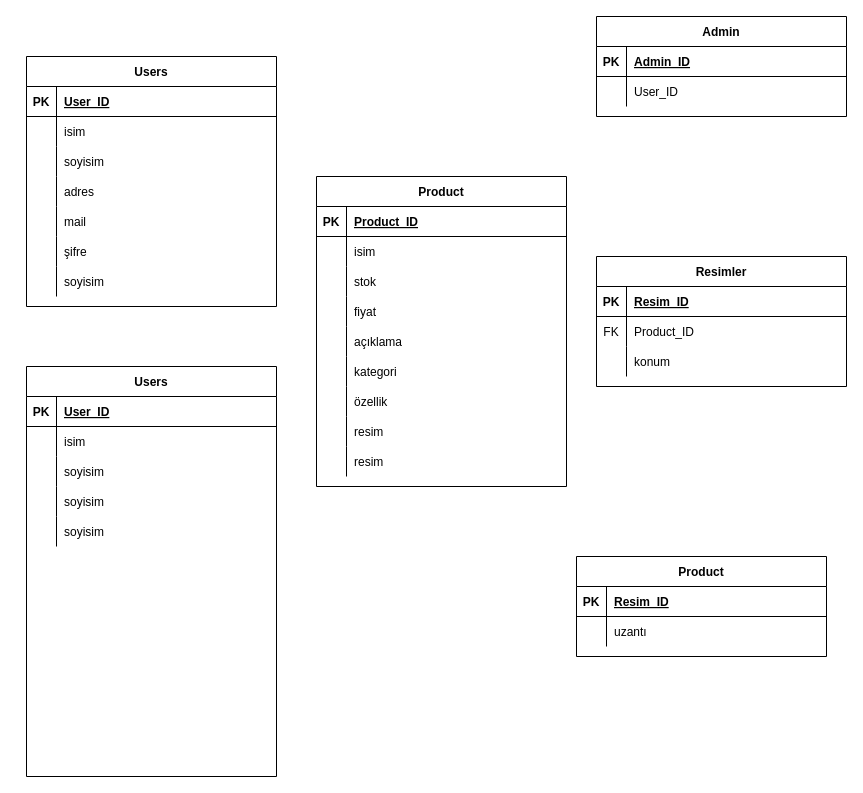
gitsametcan/byco keeps this draw.io diagram as byco.drawio. Above is the earlier version. Source tidied: cells renumbered, new cells numbered last; positions are measured from the earlier drawing's top-left corner, leaving out a move shared by most shapes. Both pictures are drawn from the tidied source at 100%, with x=0, y=0 at pixel (26, 16).
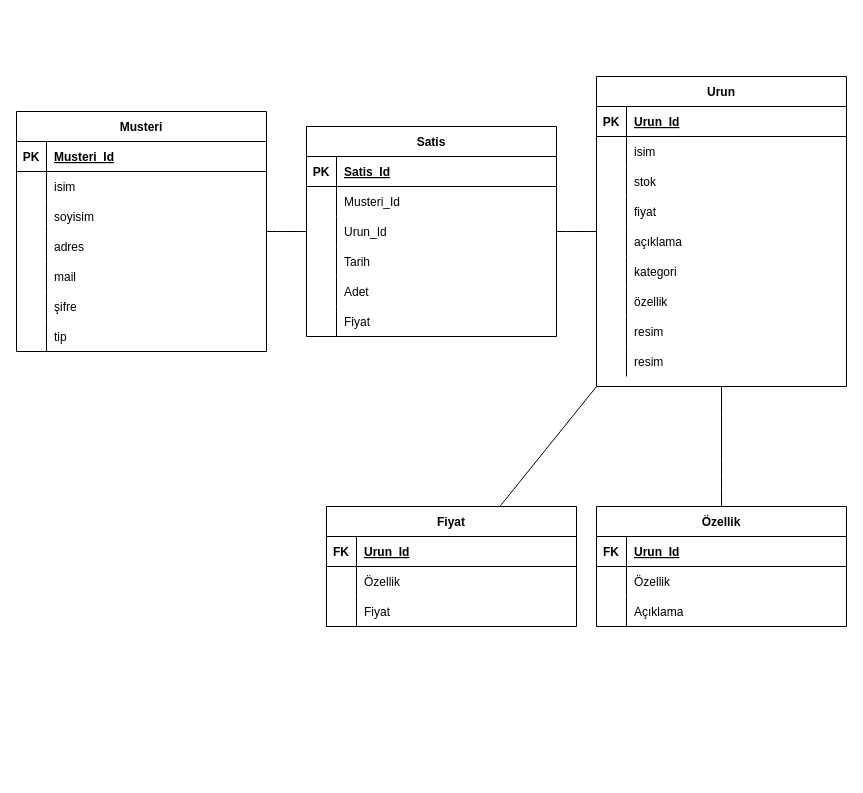
Above is the later version.

Commit message:
Database plan

Unchanged cells that the change refers to:
```xml
<mxCell id="3" style="shape=partialRectangle;fillColor=none;top=0;left=0;right=0;bottom=1;" parent="2" vertex="1">
  <mxGeometry y="30" width="250" height="30" as="geometry" />
</mxCell>
<mxCell id="21" style="shape=partialRectangle;fillColor=none;top=0;left=0;right=0;bottom=0;" parent="2" vertex="1">
  <mxGeometry y="210" width="250" height="30" as="geometry" />
</mxCell>
<mxCell id="25" style="shape=partialRectangle;fillColor=none;top=0;left=0;right=0;bottom=1;" parent="24" vertex="1">
  <mxGeometry y="30" width="250" height="30" as="geometry" />
</mxCell>
<mxCell id="60" style="shape=partialRectangle;fillColor=none;top=0;left=0;right=0;bottom=1;" parent="59" vertex="1">
  <mxGeometry y="30" width="250" height="30" as="geometry" />
</mxCell>
<mxCell id="63" style="shape=partialRectangle;fillColor=none;top=0;left=0;right=0;bottom=0;" parent="59" vertex="1">
  <mxGeometry y="60" width="250" height="30" as="geometry" />
</mxCell>
<mxCell id="66" style="shape=partialRectangle;fillColor=none;top=0;left=0;right=0;bottom=0;" parent="59" vertex="1">
  <mxGeometry y="90" width="250" height="30" as="geometry" />
</mxCell>
<mxCell id="69" style="shape=partialRectangle;fillColor=none;top=0;left=0;right=0;bottom=0;" parent="59" vertex="1">
  <mxGeometry y="120" width="250" height="30" as="geometry" />
</mxCell>
<mxCell id="72" style="shape=partialRectangle;fillColor=none;top=0;left=0;right=0;bottom=0;" parent="59" vertex="1">
  <mxGeometry y="150" width="250" height="30" as="geometry" />
</mxCell>
```

Diff of the diagram source:
```diff
@@
-    <mxCell id="2" value="Users" style="shape=table;startSize=30;childLayout=tableLayout;rowLines=0;fontStyle=1;align=center;" parent="1" vertex="1">
-      <mxGeometry y="40" width="250" height="250" as="geometry" />
+    <mxCell id="2" value="Musteri" style="shape=table;startSize=30;childLayout=tableLayout;rowLines=0;fontStyle=1;align=center;" parent="1" vertex="1">
+      <mxGeometry x="-10" y="95" width="250" height="240" as="geometry" />
     </mxCell>
@@
-    <mxCell id="5" value="User_ID" style="shape=partialRectangle;overflow=hidden;fillColor=none;top=0;left=0;bottom=0;right=0;align=left;spacingLeft=6;fontStyle=5;" parent="3" vertex="1">
+    <mxCell id="5" value="Musteri_Id" style="shape=partialRectangle;overflow=hidden;fillColor=none;top=0;left=0;bottom=0;right=0;align=left;spacingLeft=6;fontStyle=5;" parent="3" vertex="1">
       <mxGeometry x="30" width="220" height="30" as="geometry" />
     </mxCell>
@@
-    <mxCell id="23" value="soyisim" style="shape=partialRectangle;overflow=hidden;fillColor=none;top=0;left=0;bottom=0;right=0;align=left;spacingLeft=6;" parent="21" vertex="1">
+    <mxCell id="23" value="tip" style="shape=partialRectangle;overflow=hidden;fillColor=none;top=0;left=0;bottom=0;right=0;align=left;spacingLeft=6;" parent="21" vertex="1">
       <mxGeometry x="30" width="220" height="30" as="geometry" />
     </mxCell>
-    <mxCell id="24" value="Product" style="shape=table;startSize=30;childLayout=tableLayout;rowLines=0;fontStyle=1;align=center;" parent="1" vertex="1">
-      <mxGeometry x="290" y="160" width="250" height="310" as="geometry" />
+    <mxCell id="24" value="Urun" style="shape=table;startSize=30;childLayout=tableLayout;rowLines=0;fontStyle=1;align=center;" parent="1" vertex="1">
+      <mxGeometry x="570" y="60" width="250" height="310" as="geometry" />
     </mxCell>
@@
-    <mxCell id="27" value="Product_ID" style="shape=partialRectangle;overflow=hidden;fillColor=none;top=0;left=0;bottom=0;right=0;align=left;spacingLeft=6;fontStyle=5;" parent="25" vertex="1">
+    <mxCell id="27" value="Urun_Id" style="shape=partialRectangle;overflow=hidden;fillColor=none;top=0;left=0;bottom=0;right=0;align=left;spacingLeft=6;fontStyle=5;" parent="25" vertex="1">
       <mxGeometry x="30" width="220" height="30" as="geometry" />
     </mxCell>
@@
-    <mxCell id="52" value="Admin" style="shape=table;startSize=30;childLayout=tableLayout;rowLines=0;fontStyle=1;align=center;" parent="1" vertex="1">
-      <mxGeometry x="570" width="250" height="100" as="geometry" />
-    </mxCell>
-    <mxCell id="53" style="shape=partialRectangle;fillColor=none;top=0;left=0;right=0;bottom=1;" parent="52" vertex="1">
-      <mxGeometry y="30" width="250" height="30" as="geometry" />
-    </mxCell>
-    <mxCell id="54" value="PK" style="shape=partialRectangle;overflow=hidden;fillColor=none;top=0;left=0;bottom=0;right=0;fontStyle=1;" parent="53" vertex="1">
-      <mxGeometry width="30" height="30" as="geometry" />
-    </mxCell>
-    <mxCell id="55" value="Admin_ID" style="shape=partialRectangle;overflow=hidden;fillColor=none;top=0;left=0;bottom=0;right=0;align=left;spacingLeft=6;fontStyle=5;" parent="53" vertex="1">
-      <mxGeometry x="30" width="220" height="30" as="geometry" />
-    </mxCell>
-    <mxCell id="56" style="shape=partialRectangle;fillColor=none;top=0;left=0;right=0;bottom=0;" parent="52" vertex="1">
-      <mxGeometry y="60" width="250" height="30" as="geometry" />
-    </mxCell>
-    <mxCell id="57" style="shape=partialRectangle;overflow=hidden;fillColor=none;top=0;left=0;bottom=0;right=0;" parent="56" vertex="1">
-      <mxGeometry width="30" height="30" as="geometry" />
-    </mxCell>
-    <mxCell id="58" value="User_ID" style="shape=partialRectangle;overflow=hidden;fillColor=none;top=0;left=0;bottom=0;right=0;align=left;spacingLeft=6;" parent="56" vertex="1">
-      <mxGeometry x="30" width="220" height="30" as="geometry" />
-    </mxCell>
-    <mxCell id="59" value="Users" style="shape=table;startSize=30;childLayout=tableLayout;rowLines=0;fontStyle=1;align=center;" parent="1" vertex="1">
-      <mxGeometry y="350" width="250" height="410" as="geometry" />
+    <mxCell id="59" value="Satis" style="shape=table;startSize=30;childLayout=tableLayout;rowLines=0;fontStyle=1;align=center;" parent="1" vertex="1">
+      <mxGeometry x="280" y="110" width="250" height="210" as="geometry" />
     </mxCell>
@@
-    <mxCell id="62" value="User_ID" style="shape=partialRectangle;overflow=hidden;fillColor=none;top=0;left=0;bottom=0;right=0;align=left;spacingLeft=6;fontStyle=5;" parent="60" vertex="1">
+    <mxCell id="62" value="Satis_Id" style="shape=partialRectangle;overflow=hidden;fillColor=none;top=0;left=0;bottom=0;right=0;align=left;spacingLeft=6;fontStyle=5;" parent="60" vertex="1">
       <mxGeometry x="30" width="220" height="30" as="geometry" />
     </mxCell>
@@
-    <mxCell id="65" value="isim" style="shape=partialRectangle;overflow=hidden;fillColor=none;top=0;left=0;bottom=0;right=0;align=left;spacingLeft=6;" parent="63" vertex="1">
+    <mxCell id="65" value="Musteri_Id" style="shape=partialRectangle;overflow=hidden;fillColor=none;top=0;left=0;bottom=0;right=0;align=left;spacingLeft=6;" parent="63" vertex="1">
       <mxGeometry x="30" width="220" height="30" as="geometry" />
     </mxCell>
@@
-    <mxCell id="68" value="soyisim" style="shape=partialRectangle;overflow=hidden;fillColor=none;top=0;left=0;bottom=0;right=0;align=left;spacingLeft=6;" parent="66" vertex="1">
+    <mxCell id="68" value="Urun_Id" style="shape=partialRectangle;overflow=hidden;fillColor=none;top=0;left=0;bottom=0;right=0;align=left;spacingLeft=6;" parent="66" vertex="1">
       <mxGeometry x="30" width="220" height="30" as="geometry" />
     </mxCell>
@@
-    <mxCell id="71" value="soyisim" style="shape=partialRectangle;overflow=hidden;fillColor=none;top=0;left=0;bottom=0;right=0;align=left;spacingLeft=6;" parent="69" vertex="1">
+    <mxCell id="71" value="Tarih" style="shape=partialRectangle;overflow=hidden;fillColor=none;top=0;left=0;bottom=0;right=0;align=left;spacingLeft=6;" parent="69" vertex="1">
       <mxGeometry x="30" width="220" height="30" as="geometry" />
     </mxCell>
@@
-    <mxCell id="74" value="soyisim" style="shape=partialRectangle;overflow=hidden;fillColor=none;top=0;left=0;bottom=0;right=0;align=left;spacingLeft=6;" parent="72" vertex="1">
+    <mxCell id="74" value="Adet" style="shape=partialRectangle;overflow=hidden;fillColor=none;top=0;left=0;bottom=0;right=0;align=left;spacingLeft=6;" parent="72" vertex="1">
       <mxGeometry x="30" width="220" height="30" as="geometry" />
     </mxCell>
-    <mxCell id="75" value="Resimler" style="shape=table;startSize=30;childLayout=tableLayout;rowLines=0;fontStyle=1;align=center;" parent="1" vertex="1">
-      <mxGeometry x="570" y="240" width="250" height="130" as="geometry" />
-    </mxCell>
-    <mxCell id="76" style="shape=partialRectangle;fillColor=none;top=0;left=0;right=0;bottom=1;" parent="75" vertex="1">
-      <mxGeometry y="30" width="250" height="30" as="geometry" />
-    </mxCell>
-    <mxCell id="77" value="PK" style="shape=partialRectangle;overflow=hidden;fillColor=none;top=0;left=0;bottom=0;right=0;fontStyle=1;" parent="76" vertex="1">
-      <mxGeometry width="30" height="30" as="geometry" />
-    </mxCell>
-    <mxCell id="78" value="Resim_ID" style="shape=partialRectangle;overflow=hidden;fillColor=none;top=0;left=0;bottom=0;right=0;align=left;spacingLeft=6;fontStyle=5;" parent="76" vertex="1">
-      <mxGeometry x="30" width="220" height="30" as="geometry" />
-    </mxCell>
-    <mxCell id="79" style="shape=partialRectangle;fillColor=none;top=0;left=0;right=0;bottom=0;" parent="75" vertex="1">
-      <mxGeometry y="60" width="250" height="30" as="geometry" />
-    </mxCell>
-    <mxCell id="80" value="FK" style="shape=partialRectangle;overflow=hidden;fillColor=none;top=0;left=0;bottom=0;right=0;" parent="79" vertex="1">
-      <mxGeometry width="30" height="30" as="geometry" />
-    </mxCell>
-    <mxCell id="81" value="Product_ID" style="shape=partialRectangle;overflow=hidden;fillColor=none;top=0;left=0;bottom=0;right=0;align=left;spacingLeft=6;" parent="79" vertex="1">
-      <mxGeometry x="30" width="220" height="30" as="geometry" />
-    </mxCell>
-    <mxCell id="82" style="shape=partialRectangle;fillColor=none;top=0;left=0;right=0;bottom=0;" parent="75" vertex="1">
-      <mxGeometry y="90" width="250" height="30" as="geometry" />
-    </mxCell>
-    <mxCell id="83" style="shape=partialRectangle;overflow=hidden;fillColor=none;top=0;left=0;bottom=0;right=0;" parent="82" vertex="1">
-      <mxGeometry width="30" height="30" as="geometry" />
-    </mxCell>
-    <mxCell id="84" value="konum" style="shape=partialRectangle;overflow=hidden;fillColor=none;top=0;left=0;bottom=0;right=0;align=left;spacingLeft=6;" parent="82" vertex="1">
-      <mxGeometry x="30" width="220" height="30" as="geometry" />
-    </mxCell>
-    <mxCell id="85" value="Product" style="shape=table;startSize=30;childLayout=tableLayout;rowLines=0;fontStyle=1;align=center;" parent="1" vertex="1">
-      <mxGeometry x="550" y="540" width="250" height="100" as="geometry" />
-    </mxCell>
-    <mxCell id="86" style="shape=partialRectangle;fillColor=none;top=0;left=0;right=0;bottom=1;" parent="85" vertex="1">
-      <mxGeometry y="30" width="250" height="30" as="geometry" />
-    </mxCell>
-    <mxCell id="87" value="PK" style="shape=partialRectangle;overflow=hidden;fillColor=none;top=0;left=0;bottom=0;right=0;fontStyle=1;" parent="86" vertex="1">
-      <mxGeometry width="30" height="30" as="geometry" />
-    </mxCell>
-    <mxCell id="88" value="Resim_ID" style="shape=partialRectangle;overflow=hidden;fillColor=none;top=0;left=0;bottom=0;right=0;align=left;spacingLeft=6;fontStyle=5;" parent="86" vertex="1">
-      <mxGeometry x="30" width="220" height="30" as="geometry" />
-    </mxCell>
-    <mxCell id="89" style="shape=partialRectangle;fillColor=none;top=0;left=0;right=0;bottom=0;" parent="85" vertex="1">
-      <mxGeometry y="60" width="250" height="30" as="geometry" />
-    </mxCell>
-    <mxCell id="90" style="shape=partialRectangle;overflow=hidden;fillColor=none;top=0;left=0;bottom=0;right=0;" parent="89" vertex="1">
-      <mxGeometry width="30" height="30" as="geometry" />
-    </mxCell>
-    <mxCell id="91" value="uzantı" style="shape=partialRectangle;overflow=hidden;fillColor=none;top=0;left=0;bottom=0;right=0;align=left;spacingLeft=6;" parent="89" vertex="1">
-      <mxGeometry x="30" width="220" height="30" as="geometry" />
-    </mxCell>
+    <mxCell id="92" style="shape=partialRectangle;fillColor=none;top=0;left=0;right=0;bottom=0;" parent="59" vertex="1">
+      <mxGeometry y="180" width="250" height="30" as="geometry" />
+    </mxCell>
+    <mxCell id="93" style="shape=partialRectangle;overflow=hidden;fillColor=none;top=0;left=0;bottom=0;right=0;" parent="92" vertex="1">
+      <mxGeometry width="30" height="30" as="geometry" />
+    </mxCell>
+    <mxCell id="94" value="Fiyat" style="shape=partialRectangle;overflow=hidden;fillColor=none;top=0;left=0;bottom=0;right=0;align=left;spacingLeft=6;" parent="92" vertex="1">
+      <mxGeometry x="30" width="220" height="30" as="geometry" />
+    </mxCell>
+    <mxCell id="95" value="Fiyat" style="shape=table;startSize=30;childLayout=tableLayout;rowLines=0;fontStyle=1;align=center;" parent="1" vertex="1">
+      <mxGeometry x="300" y="490" width="250" height="120" as="geometry" />
+    </mxCell>
+    <mxCell id="96" style="shape=partialRectangle;fillColor=none;top=0;left=0;right=0;bottom=1;" parent="95" vertex="1">
+      <mxGeometry y="30" width="250" height="30" as="geometry" />
+    </mxCell>
+    <mxCell id="97" value="FK" style="shape=partialRectangle;overflow=hidden;fillColor=none;top=0;left=0;bottom=0;right=0;fontStyle=1;" parent="96" vertex="1">
+      <mxGeometry width="30" height="30" as="geometry" />
+    </mxCell>
+    <mxCell id="98" value="Urun_Id" style="shape=partialRectangle;overflow=hidden;fillColor=none;top=0;left=0;bottom=0;right=0;align=left;spacingLeft=6;fontStyle=5;" parent="96" vertex="1">
+      <mxGeometry x="30" width="220" height="30" as="geometry" />
+    </mxCell>
+    <mxCell id="99" style="shape=partialRectangle;fillColor=none;top=0;left=0;right=0;bottom=0;" parent="95" vertex="1">
+      <mxGeometry y="60" width="250" height="30" as="geometry" />
+    </mxCell>
+    <mxCell id="100" style="shape=partialRectangle;overflow=hidden;fillColor=none;top=0;left=0;bottom=0;right=0;" parent="99" vertex="1">
+      <mxGeometry width="30" height="30" as="geometry" />
+    </mxCell>
+    <mxCell id="101" value="Özellik" style="shape=partialRectangle;overflow=hidden;fillColor=none;top=0;left=0;bottom=0;right=0;align=left;spacingLeft=6;" parent="99" vertex="1">
+      <mxGeometry x="30" width="220" height="30" as="geometry" />
+    </mxCell>
+    <mxCell id="102" style="shape=partialRectangle;fillColor=none;top=0;left=0;right=0;bottom=0;" parent="95" vertex="1">
+      <mxGeometry y="90" width="250" height="30" as="geometry" />
+    </mxCell>
+    <mxCell id="103" style="shape=partialRectangle;overflow=hidden;fillColor=none;top=0;left=0;bottom=0;right=0;" parent="102" vertex="1">
+      <mxGeometry width="30" height="30" as="geometry" />
+    </mxCell>
+    <mxCell id="104" value="Fiyat" style="shape=partialRectangle;overflow=hidden;fillColor=none;top=0;left=0;bottom=0;right=0;align=left;spacingLeft=6;" parent="102" vertex="1">
+      <mxGeometry x="30" width="220" height="30" as="geometry" />
+    </mxCell>
+    <mxCell id="105" value="Özellik" style="shape=table;startSize=30;childLayout=tableLayout;rowLines=0;fontStyle=1;align=center;" parent="1" vertex="1">
+      <mxGeometry x="570" y="490" width="250" height="120" as="geometry" />
+    </mxCell>
+    <mxCell id="106" style="shape=partialRectangle;fillColor=none;top=0;left=0;right=0;bottom=1;" parent="105" vertex="1">
+      <mxGeometry y="30" width="250" height="30" as="geometry" />
+    </mxCell>
+    <mxCell id="107" value="FK" style="shape=partialRectangle;overflow=hidden;fillColor=none;top=0;left=0;bottom=0;right=0;fontStyle=1;" parent="106" vertex="1">
+      <mxGeometry width="30" height="30" as="geometry" />
+    </mxCell>
+    <mxCell id="108" value="Urun_Id" style="shape=partialRectangle;overflow=hidden;fillColor=none;top=0;left=0;bottom=0;right=0;align=left;spacingLeft=6;fontStyle=5;" parent="106" vertex="1">
+      <mxGeometry x="30" width="220" height="30" as="geometry" />
+    </mxCell>
+    <mxCell id="109" style="shape=partialRectangle;fillColor=none;top=0;left=0;right=0;bottom=0;" parent="105" vertex="1">
+      <mxGeometry y="60" width="250" height="30" as="geometry" />
+    </mxCell>
+    <mxCell id="110" style="shape=partialRectangle;overflow=hidden;fillColor=none;top=0;left=0;bottom=0;right=0;" parent="109" vertex="1">
+      <mxGeometry width="30" height="30" as="geometry" />
+    </mxCell>
+    <mxCell id="111" value="Özellik" style="shape=partialRectangle;overflow=hidden;fillColor=none;top=0;left=0;bottom=0;right=0;align=left;spacingLeft=6;" parent="109" vertex="1">
+      <mxGeometry x="30" width="220" height="30" as="geometry" />
+    </mxCell>
+    <mxCell id="112" style="shape=partialRectangle;fillColor=none;top=0;left=0;right=0;bottom=0;" parent="105" vertex="1">
+      <mxGeometry y="90" width="250" height="30" as="geometry" />
+    </mxCell>
+    <mxCell id="113" style="shape=partialRectangle;overflow=hidden;fillColor=none;top=0;left=0;bottom=0;right=0;" parent="112" vertex="1">
+      <mxGeometry width="30" height="30" as="geometry" />
+    </mxCell>
+    <mxCell id="114" value="Açıklama" style="shape=partialRectangle;overflow=hidden;fillColor=none;top=0;left=0;bottom=0;right=0;align=left;spacingLeft=6;" parent="112" vertex="1">
+      <mxGeometry x="30" width="220" height="30" as="geometry" />
+    </mxCell>
+    <mxCell id="115" style="endArrow=none;html=1;rounded=0;fontSize=12;startSize=8;endSize=8;curved=1;" parent="1" edge="1" source="105" target="24">
+      <mxGeometry relative="1" as="geometry" />
+    </mxCell>
+    <mxCell id="116" style="endArrow=none;html=1;rounded=0;fontSize=12;startSize=8;endSize=8;curved=1;" parent="1" edge="1" source="95" target="24">
+      <mxGeometry relative="1" as="geometry" />
+    </mxCell>
+    <mxCell id="117" style="endArrow=none;html=1;rounded=0;fontSize=12;startSize=8;endSize=8;curved=1;" parent="1" edge="1" source="59" target="24">
+      <mxGeometry relative="1" as="geometry" />
+    </mxCell>
+    <mxCell id="118" style="endArrow=none;html=1;rounded=0;fontSize=12;startSize=8;endSize=8;curved=1;" parent="1" edge="1" source="2" target="59">
+      <mxGeometry relative="1" as="geometry" />
+    </mxCell>
```
